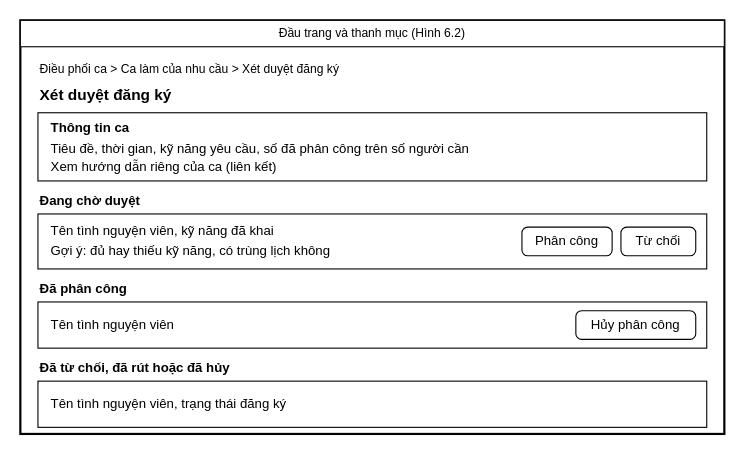
This is docs/giao_dien/drawio/M09_Xet_duyet_dang_ky.drawio from kanishere55/OOSD_NenTangDieuPhoi_TNV, a draw.io file, before an edit. Source tidied: cells renumbered, new cells numbered last; positions are measured from the earlier drawing's top-left corner, leaving out a move shared by most shapes. Both pictures are drawn from the tidied source at 110%, with x=0, y=0 at pixel (20, 20).
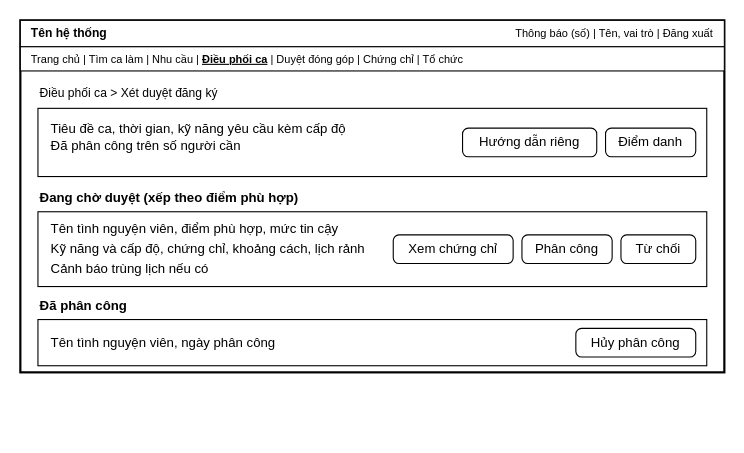
After the change.

The edit, as a diff of the source:
```diff
@@
     <mxCell id="2" style="rounded=0;whiteSpace=wrap;html=1;fillColor=#ffffff;strokeColor=#000000;strokeWidth=2;" parent="1" vertex="1">
-      <mxGeometry width="640" height="376" as="geometry" />
+      <mxGeometry width="640" height="320" as="geometry" />
     </mxCell>
-    <mxCell id="3" value="Đầu trang và thanh mục (Hình 6.2)" style="rounded=0;whiteSpace=wrap;html=1;fillColor=#ffffff;strokeColor=#000000;fontColor=#000000;fontSize=11;align=center;" parent="1" vertex="1">
+    <mxCell id="3" style="rounded=0;whiteSpace=wrap;html=1;fillColor=#ffffff;strokeColor=#000000;fontColor=#000000;fontSize=12;align=center;" parent="1" vertex="1">
       <mxGeometry width="640" height="24" as="geometry" />
     </mxCell>
-    <mxCell id="4" value="Điều phối ca &gt; Ca làm của nhu cầu &gt; Xét duyệt đăng ký" style="text;html=1;strokeColor=none;fillColor=none;whiteSpace=wrap;verticalAlign=middle;fontColor=#000000;align=left;fontSize=11;fontStyle=0;" parent="1" vertex="1">
-      <mxGeometry x="16" y="34" width="500" height="20" as="geometry" />
+    <mxCell id="4" value="Tên hệ thống" style="text;html=1;strokeColor=none;fillColor=none;whiteSpace=wrap;verticalAlign=middle;fontColor=#000000;align=left;fontSize=11;fontStyle=1;" parent="1" vertex="1">
+      <mxGeometry x="8" y="2" width="150" height="20" as="geometry" />
     </mxCell>
-    <mxCell id="5" value="Xét duyệt đăng ký" style="text;html=1;strokeColor=none;fillColor=none;whiteSpace=wrap;verticalAlign=middle;fontColor=#000000;align=left;fontSize=14;fontStyle=1;" parent="1" vertex="1">
-      <mxGeometry x="16" y="56" width="400" height="24" as="geometry" />
+    <mxCell id="5" value="Thông báo (số)   |   Tên, vai trò   |   Đăng xuất" style="text;html=1;strokeColor=none;fillColor=none;whiteSpace=wrap;verticalAlign=middle;fontColor=#000000;align=right;fontSize=10;fontStyle=0;" parent="1" vertex="1">
+      <mxGeometry x="340" y="2" width="292" height="20" as="geometry" />
     </mxCell>
     <mxCell id="6" style="rounded=0;whiteSpace=wrap;html=1;fillColor=#ffffff;strokeColor=#000000;fontColor=#000000;fontSize=12;align=center;" parent="1" vertex="1">
-      <mxGeometry x="16" y="84" width="608" height="62" as="geometry" />
+      <mxGeometry y="24" width="640" height="22" as="geometry" />
     </mxCell>
-    <mxCell id="7" value="Thông tin ca" style="text;html=1;strokeColor=none;fillColor=none;whiteSpace=wrap;verticalAlign=middle;fontColor=#000000;align=left;fontSize=12;fontStyle=1;" parent="1" vertex="1">
-      <mxGeometry x="26" y="88" width="300" height="20" as="geometry" />
+    <mxCell id="7" value="Trang chủ   |   Tìm ca làm   |   Nhu cầu   |   &lt;b&gt;&lt;u&gt;Điều phối ca&lt;/u&gt;&lt;/b&gt;   |   Duyệt đóng góp   |   Chứng chỉ   |   Tổ chức" style="text;html=1;strokeColor=none;fillColor=none;whiteSpace=wrap;verticalAlign=middle;fontColor=#000000;align=left;fontSize=10;fontStyle=0;" parent="1" vertex="1">
+      <mxGeometry x="8" y="25" width="624" height="20" as="geometry" />
     </mxCell>
-    <mxCell id="8" value="Tiêu đề, thời gian, kỹ năng yêu cầu, số đã phân công trên số người cần" style="text;html=1;strokeColor=none;fillColor=none;whiteSpace=wrap;verticalAlign=middle;fontColor=#000000;align=left;fontSize=12;fontStyle=0;" parent="1" vertex="1">
-      <mxGeometry x="26" y="108" width="590" height="18" as="geometry" />
+    <mxCell id="8" value="Điều phối ca &gt; Xét duyệt đăng ký" style="text;html=1;strokeColor=none;fillColor=none;whiteSpace=wrap;verticalAlign=middle;fontColor=#000000;align=left;fontSize=11;fontStyle=0;" parent="1" vertex="1">
+      <mxGeometry x="16" y="56" width="400" height="20" as="geometry" />
     </mxCell>
-    <mxCell id="9" value="Xem hướng dẫn riêng của ca (liên kết)" style="text;html=1;strokeColor=none;fillColor=none;whiteSpace=wrap;verticalAlign=middle;fontColor=#000000;align=left;fontSize=12;fontStyle=0;" parent="1" vertex="1">
-      <mxGeometry x="26" y="124" width="400" height="18" as="geometry" />
+    <mxCell id="9" style="rounded=0;whiteSpace=wrap;html=1;fillColor=#ffffff;strokeColor=#000000;fontColor=#000000;fontSize=12;align=center;" parent="1" vertex="1">
+      <mxGeometry x="16" y="80" width="608" height="62" as="geometry" />
     </mxCell>
-    <mxCell id="10" value="Đang chờ duyệt" style="text;html=1;strokeColor=none;fillColor=none;whiteSpace=wrap;verticalAlign=middle;fontColor=#000000;align=left;fontSize=12;fontStyle=1;" parent="1" vertex="1">
-      <mxGeometry x="16" y="154" width="400" height="20" as="geometry" />
+    <mxCell id="10" value="Tiêu đề ca, thời gian, kỹ năng yêu cầu kèm cấp độ&lt;br&gt;Đã phân công trên số người cần" style="text;html=1;strokeColor=none;fillColor=none;whiteSpace=wrap;verticalAlign=middle;fontColor=#000000;align=left;fontSize=12;fontStyle=0;" parent="1" vertex="1">
+      <mxGeometry x="26" y="86" width="420" height="40" as="geometry" />
     </mxCell>
-    <mxCell id="11" style="rounded=0;whiteSpace=wrap;html=1;fillColor=#ffffff;strokeColor=#000000;fontColor=#000000;fontSize=12;align=center;" parent="1" vertex="1">
-      <mxGeometry x="16" y="176" width="608" height="50" as="geometry" />
+    <mxCell id="11" value="Điểm danh" style="rounded=1;arcSize=20;whiteSpace=wrap;html=1;fillColor=#ffffff;strokeColor=#000000;fontColor=#000000;fontSize=12;" parent="1" vertex="1">
+      <mxGeometry x="532" y="98" width="82" height="26" as="geometry" />
     </mxCell>
-    <mxCell id="12" value="Tên tình nguyện viên, kỹ năng đã khai" style="text;html=1;strokeColor=none;fillColor=none;whiteSpace=wrap;verticalAlign=middle;fontColor=#000000;align=left;fontSize=12;fontStyle=0;" parent="1" vertex="1">
-      <mxGeometry x="26" y="183" width="588" height="18" as="geometry" />
+    <mxCell id="12" value="Hướng dẫn riêng" style="rounded=1;arcSize=20;whiteSpace=wrap;html=1;fillColor=#ffffff;strokeColor=#000000;fontColor=#000000;fontSize=12;" parent="1" vertex="1">
+      <mxGeometry x="402" y="98" width="122" height="26" as="geometry" />
     </mxCell>
-    <mxCell id="13" value="Gợi ý: đủ hay thiếu kỹ năng, có trùng lịch không" style="text;html=1;strokeColor=none;fillColor=none;whiteSpace=wrap;verticalAlign=middle;fontColor=#000000;align=left;fontSize=12;fontStyle=0;" parent="1" vertex="1">
-      <mxGeometry x="26" y="201" width="588" height="18" as="geometry" />
+    <mxCell id="13" value="Đang chờ duyệt (xếp theo điểm phù hợp)" style="text;html=1;strokeColor=none;fillColor=none;whiteSpace=wrap;verticalAlign=middle;fontColor=#000000;align=left;fontSize=12;fontStyle=1;" parent="1" vertex="1">
+      <mxGeometry x="16" y="152" width="400" height="20" as="geometry" />
     </mxCell>
-    <mxCell id="14" value="Từ chối" style="rounded=1;arcSize=20;whiteSpace=wrap;html=1;fillColor=#ffffff;strokeColor=#000000;fontColor=#000000;fontSize=12;" parent="1" vertex="1">
-      <mxGeometry x="546" y="188" width="68" height="26" as="geometry" />
+    <mxCell id="14" style="rounded=0;whiteSpace=wrap;html=1;fillColor=#ffffff;strokeColor=#000000;fontColor=#000000;fontSize=12;align=center;" parent="1" vertex="1">
+      <mxGeometry x="16" y="174" width="608" height="68" as="geometry" />
     </mxCell>
-    <mxCell id="15" value="Phân công" style="rounded=1;arcSize=20;whiteSpace=wrap;html=1;fillColor=#ffffff;strokeColor=#000000;fontColor=#000000;fontSize=12;" parent="1" vertex="1">
-      <mxGeometry x="456" y="188" width="82" height="26" as="geometry" />
+    <mxCell id="15" value="Tên tình nguyện viên, điểm phù hợp, mức tin cậy" style="text;html=1;strokeColor=none;fillColor=none;whiteSpace=wrap;verticalAlign=middle;fontColor=#000000;align=left;fontSize=12;fontStyle=0;" parent="1" vertex="1">
+      <mxGeometry x="26" y="181" width="588" height="18" as="geometry" />
     </mxCell>
-    <mxCell id="16" value="Đã phân công" style="text;html=1;strokeColor=none;fillColor=none;whiteSpace=wrap;verticalAlign=middle;fontColor=#000000;align=left;fontSize=12;fontStyle=1;" parent="1" vertex="1">
-      <mxGeometry x="16" y="234" width="400" height="20" as="geometry" />
+    <mxCell id="16" value="Kỹ năng và cấp độ, chứng chỉ, khoảng cách, lịch rảnh" style="text;html=1;strokeColor=none;fillColor=none;whiteSpace=wrap;verticalAlign=middle;fontColor=#000000;align=left;fontSize=12;fontStyle=0;" parent="1" vertex="1">
+      <mxGeometry x="26" y="199" width="588" height="18" as="geometry" />
     </mxCell>
-    <mxCell id="17" style="rounded=0;whiteSpace=wrap;html=1;fillColor=#ffffff;strokeColor=#000000;fontColor=#000000;fontSize=12;align=center;" parent="1" vertex="1">
-      <mxGeometry x="16" y="256" width="608" height="42" as="geometry" />
+    <mxCell id="17" value="Cảnh báo trùng lịch nếu có" style="text;html=1;strokeColor=none;fillColor=none;whiteSpace=wrap;verticalAlign=middle;fontColor=#000000;align=left;fontSize=12;fontStyle=0;" parent="1" vertex="1">
+      <mxGeometry x="26" y="217" width="588" height="18" as="geometry" />
     </mxCell>
-    <mxCell id="18" value="Tên tình nguyện viên" style="text;html=1;strokeColor=none;fillColor=none;whiteSpace=wrap;verticalAlign=middle;fontColor=#000000;align=left;fontSize=12;fontStyle=0;" parent="1" vertex="1">
-      <mxGeometry x="26" y="268" width="588" height="18" as="geometry" />
+    <mxCell id="18" value="Từ chối" style="rounded=1;arcSize=20;whiteSpace=wrap;html=1;fillColor=#ffffff;strokeColor=#000000;fontColor=#000000;fontSize=12;" parent="1" vertex="1">
+      <mxGeometry x="546" y="195" width="68" height="26" as="geometry" />
     </mxCell>
-    <mxCell id="19" value="Hủy phân công" style="rounded=1;arcSize=20;whiteSpace=wrap;html=1;fillColor=#ffffff;strokeColor=#000000;fontColor=#000000;fontSize=12;" parent="1" vertex="1">
-      <mxGeometry x="505" y="264" width="109" height="26" as="geometry" />
+    <mxCell id="19" value="Phân công" style="rounded=1;arcSize=20;whiteSpace=wrap;html=1;fillColor=#ffffff;strokeColor=#000000;fontColor=#000000;fontSize=12;" parent="1" vertex="1">
+      <mxGeometry x="456" y="195" width="82" height="26" as="geometry" />
     </mxCell>
-    <mxCell id="20" value="Đã từ chối, đã rút hoặc đã hủy" style="text;html=1;strokeColor=none;fillColor=none;whiteSpace=wrap;verticalAlign=middle;fontColor=#000000;align=left;fontSize=12;fontStyle=1;" parent="1" vertex="1">
-      <mxGeometry x="16" y="306" width="400" height="20" as="geometry" />
+    <mxCell id="20" value="Xem chứng chỉ" style="rounded=1;arcSize=20;whiteSpace=wrap;html=1;fillColor=#ffffff;strokeColor=#000000;fontColor=#000000;fontSize=12;" parent="1" vertex="1">
+      <mxGeometry x="339" y="195" width="109" height="26" as="geometry" />
     </mxCell>
-    <mxCell id="21" style="rounded=0;whiteSpace=wrap;html=1;fillColor=#ffffff;strokeColor=#000000;fontColor=#000000;fontSize=12;align=center;" parent="1" vertex="1">
-      <mxGeometry x="16" y="328" width="608" height="42" as="geometry" />
+    <mxCell id="21" value="Đã phân công" style="text;html=1;strokeColor=none;fillColor=none;whiteSpace=wrap;verticalAlign=middle;fontColor=#000000;align=left;fontSize=12;fontStyle=1;" parent="1" vertex="1">
+      <mxGeometry x="16" y="250" width="400" height="20" as="geometry" />
     </mxCell>
-    <mxCell id="22" value="Tên tình nguyện viên, trạng thái đăng ký" style="text;html=1;strokeColor=none;fillColor=none;whiteSpace=wrap;verticalAlign=middle;fontColor=#000000;align=left;fontSize=12;fontStyle=0;" parent="1" vertex="1">
-      <mxGeometry x="26" y="340" width="588" height="18" as="geometry" />
+    <mxCell id="22" style="rounded=0;whiteSpace=wrap;html=1;fillColor=#ffffff;strokeColor=#000000;fontColor=#000000;fontSize=12;align=center;" parent="1" vertex="1">
+      <mxGeometry x="16" y="272" width="608" height="42" as="geometry" />
     </mxCell>
+    <mxCell id="23" value="Tên tình nguyện viên, ngày phân công" style="text;html=1;strokeColor=none;fillColor=none;whiteSpace=wrap;verticalAlign=middle;fontColor=#000000;align=left;fontSize=12;fontStyle=0;" parent="1" vertex="1">
+      <mxGeometry x="26" y="284" width="588" height="18" as="geometry" />
+    </mxCell>
+    <mxCell id="24" value="Hủy phân công" style="rounded=1;arcSize=20;whiteSpace=wrap;html=1;fillColor=#ffffff;strokeColor=#000000;fontColor=#000000;fontSize=12;" parent="1" vertex="1">
+      <mxGeometry x="505" y="280" width="109" height="26" as="geometry" />
+    </mxCell>
```
